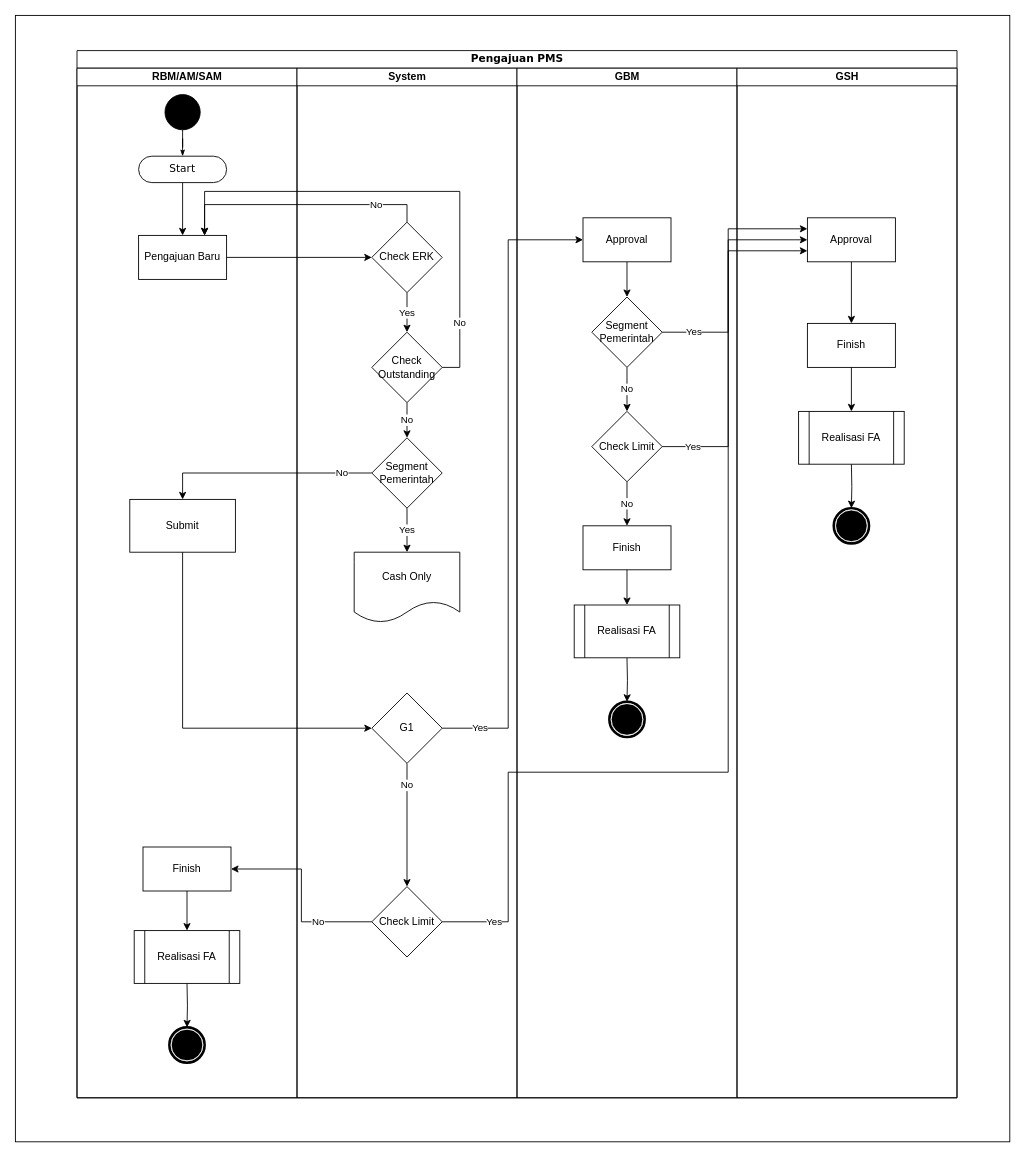
This is BP Paten Mobile Improvement.drawio from muhamadfarkhan/system-analyst, a draw.io file, before an edit. Source tidied: cells renumbered, new cells numbered last; positions are measured from the earlier drawing's top-left corner, leaving out a move shared by most shapes. Both pictures are drawn from the tidied source at 88%, with x=0, y=0 at pixel (15, 15).
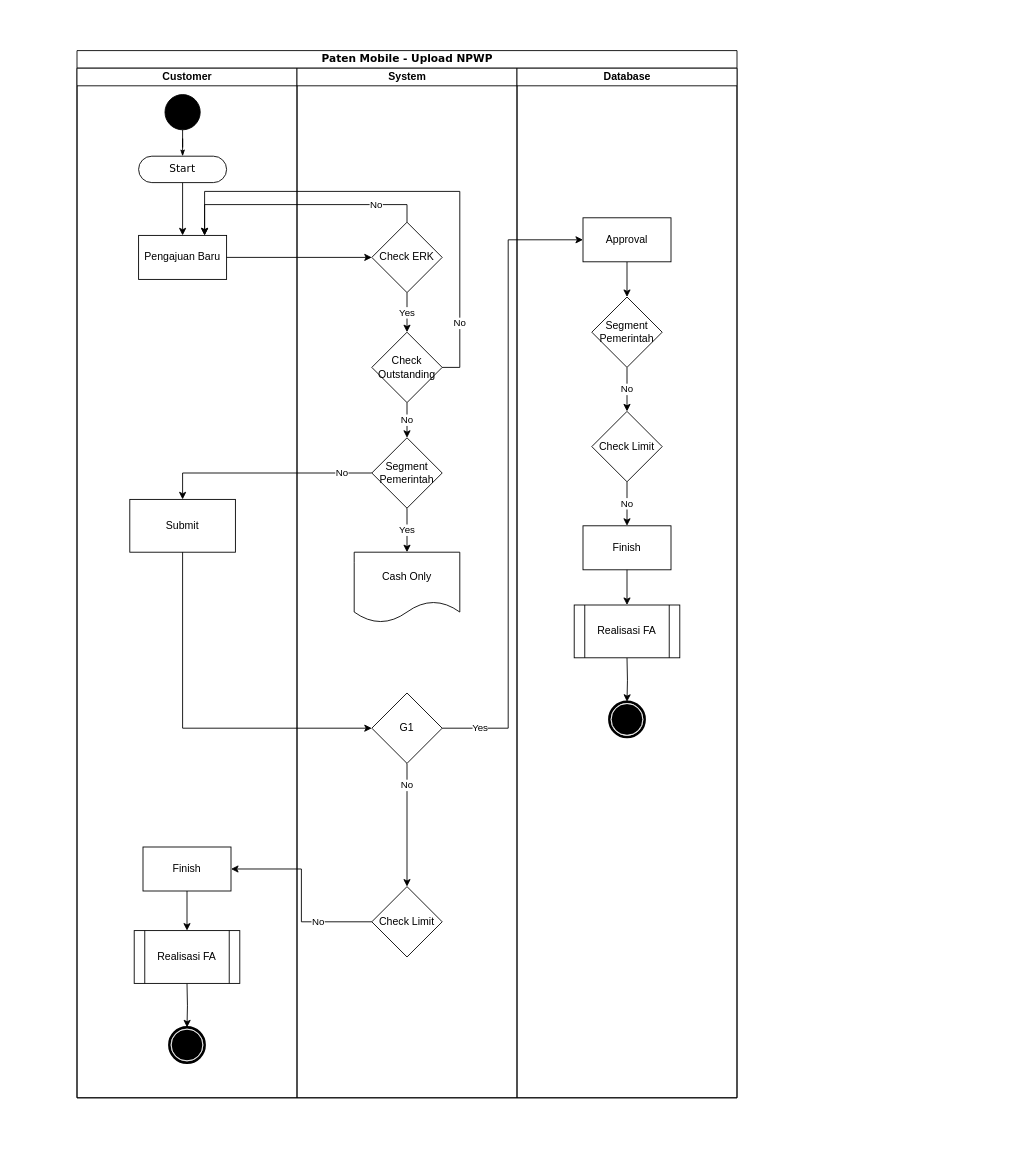
The same diagram, later.

The change refers to these unchanged cells:
```xml
<mxCell id="21" value="Check Limit" style="rhombus;whiteSpace=wrap;html=1;" parent="16" vertex="1">
  <mxGeometry x="85" y="930" width="80" height="80" as="geometry" />
</mxCell>
<mxCell id="33" value="Segment Pemerintah" style="rhombus;whiteSpace=wrap;html=1;" parent="29" vertex="1">
  <mxGeometry x="85" y="260" width="80" height="80" as="geometry" />
</mxCell>
<mxCell id="35" value="Check Limit" style="rhombus;whiteSpace=wrap;html=1;" parent="29" vertex="1">
  <mxGeometry x="85" y="390" width="80" height="80" as="geometry" />
</mxCell>
```

Diff of the diagram source:
```diff
@@
-    <mxCell id="2" style="rounded=0;whiteSpace=wrap;html=1;" parent="1" vertex="1">
-      <mxGeometry width="1130" height="1280" as="geometry" />
-    </mxCell>
-    <mxCell id="3" value="Pengajuan PMS" style="swimlane;html=1;startSize=20;rounded=0;shadow=0;comic=0;labelBackgroundColor=none;strokeWidth=1;fontFamily=Verdana;fontSize=12;align=center;" parent="1" vertex="1">
-      <mxGeometry x="70" y="40" width="1000" height="1190" as="geometry" />
+    <mxCell id="3" value="Paten Mobile - Upload NPWP" style="swimlane;html=1;startSize=20;rounded=0;shadow=0;comic=0;labelBackgroundColor=none;strokeWidth=1;fontFamily=Verdana;fontSize=12;align=center;" parent="1" vertex="1">
+      <mxGeometry x="70" y="40" width="750" height="1190" as="geometry" />
     </mxCell>
-    <mxCell id="4" value="RBM/AM/SAM" style="swimlane;html=1;startSize=20;" parent="3" vertex="1">
+    <mxCell id="4" value="Customer" style="swimlane;html=1;startSize=20;" parent="3" vertex="1">
       <mxGeometry y="20" width="250" height="1170" as="geometry" />
     </mxCell>
@@
-    <mxCell id="27" value="Yes" style="edgeStyle=orthogonalEdgeStyle;rounded=0;jettySize=auto;html=1;exitX=1;exitY=0.5;exitDx=0;exitDy=0;entryX=0;entryY=0.25;entryDx=0;entryDy=0;" parent="3" edge="1" source="33" target="44">
-      <mxGeometry x="-0.75" relative="1" as="geometry">
-        <Array as="points">
-          <mxPoint x="740" y="320" />
-          <mxPoint x="740" y="203" />
-        </Array>
-        <mxPoint x="1" as="offset" />
-      </mxGeometry>
-    </mxCell>
@@
-    <mxCell id="29" value="GBM" style="swimlane;html=1;startSize=20;" parent="3" vertex="1">
+    <mxCell id="29" value="Database" style="swimlane;html=1;startSize=20;" parent="3" vertex="1">
       <mxGeometry x="500" y="20" width="250" height="1170" as="geometry" />
     </mxCell>
@@
-    <mxCell id="41" value="GSH" style="swimlane;html=1;startSize=20;" parent="3" vertex="1">
-      <mxGeometry x="750" y="20" width="250" height="1170" as="geometry" />
-    </mxCell>
-    <mxCell id="42" style="shape=mxgraph.bpmn.shape;html=1;verticalLabelPosition=bottom;labelBackgroundColor=#ffffff;verticalAlign=top;perimeter=ellipsePerimeter;outline=end;symbol=terminate;rounded=0;shadow=0;comic=0;strokeWidth=1;fontFamily=Verdana;fontSize=12;align=center;" parent="41" vertex="1">
-      <mxGeometry x="110" y="500" width="40" height="40" as="geometry" />
-    </mxCell>
-    <mxCell id="43" style="edgeStyle=orthogonalEdgeStyle;rounded=0;jettySize=auto;html=1;exitX=0.5;exitY=1;exitDx=0;exitDy=0;" parent="41" edge="1" source="44" target="45">
-      <mxGeometry relative="1" as="geometry" />
-    </mxCell>
-    <mxCell id="44" value="Approval" style="html=1;dashed=0;whiteSpace=wrap;" parent="41" vertex="1">
-      <mxGeometry x="80" y="170" width="100" height="50" as="geometry" />
-    </mxCell>
-    <mxCell id="45" value="Finish" style="html=1;dashed=0;whiteSpace=wrap;" parent="41" vertex="1">
-      <mxGeometry x="80" y="290" width="100" height="50" as="geometry" />
-    </mxCell>
-    <mxCell id="46" style="edgeStyle=orthogonalEdgeStyle;rounded=0;jettySize=auto;html=1;exitX=0.5;exitY=1;exitDx=0;exitDy=0;entryX=0.5;entryY=0;entryDx=0;entryDy=0;" parent="41" edge="1" target="42">
-      <mxGeometry relative="1" as="geometry">
-        <mxPoint x="130" y="450" as="sourcePoint" />
-      </mxGeometry>
-    </mxCell>
-    <mxCell id="47" style="edgeStyle=orthogonalEdgeStyle;rounded=0;jettySize=auto;html=1;exitX=0.5;exitY=1;exitDx=0;exitDy=0;" parent="41" edge="1" source="45" target="48">
-      <mxGeometry relative="1" as="geometry" />
-    </mxCell>
-    <mxCell id="48" value="Realisasi FA" style="shape=process;whiteSpace=wrap;html=1;backgroundOutline=1;" parent="41" vertex="1">
-      <mxGeometry x="70" y="390" width="120" height="60" as="geometry" />
-    </mxCell>
-    <mxCell id="49" value="Yes" style="edgeStyle=orthogonalEdgeStyle;rounded=0;jettySize=auto;html=1;exitX=1;exitY=0.5;exitDx=0;exitDy=0;entryX=0;entryY=0.75;entryDx=0;entryDy=0;" parent="3" edge="1" source="21" target="44">
-      <mxGeometry x="-0.9" relative="1" as="geometry">
-        <Array as="points">
-          <mxPoint x="490" y="990" />
-          <mxPoint x="490" y="820" />
-          <mxPoint x="740" y="820" />
-          <mxPoint x="740" y="228" />
-        </Array>
-      </mxGeometry>
-    </mxCell>
@@
-    <mxCell id="51" value="Yes" style="edgeStyle=orthogonalEdgeStyle;rounded=0;jettySize=auto;html=1;exitX=1;exitY=0.5;exitDx=0;exitDy=0;entryX=0;entryY=0.5;entryDx=0;entryDy=0;" parent="3" edge="1" source="35" target="44">
-      <mxGeometry x="-0.82" relative="1" as="geometry">
-        <Array as="points">
-          <mxPoint x="740" y="450" />
-          <mxPoint x="740" y="215" />
-        </Array>
-        <mxPoint x="-1" as="offset" />
-      </mxGeometry>
-    </mxCell>
```
